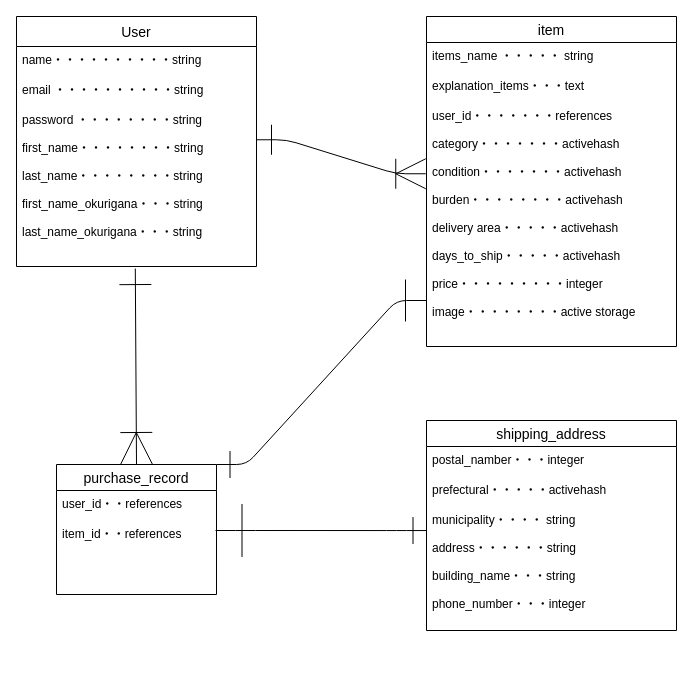
Before: app/furima.dio in masahiko1214/furima-34506, a draw.io diagram. Source tidied: cells renumbered, new cells numbered last; positions are measured from the earlier drawing's top-left corner, leaving out a move shared by most shapes. Both pictures are drawn from the tidied source at 100%, with x=0, y=0 at pixel (16, 16).
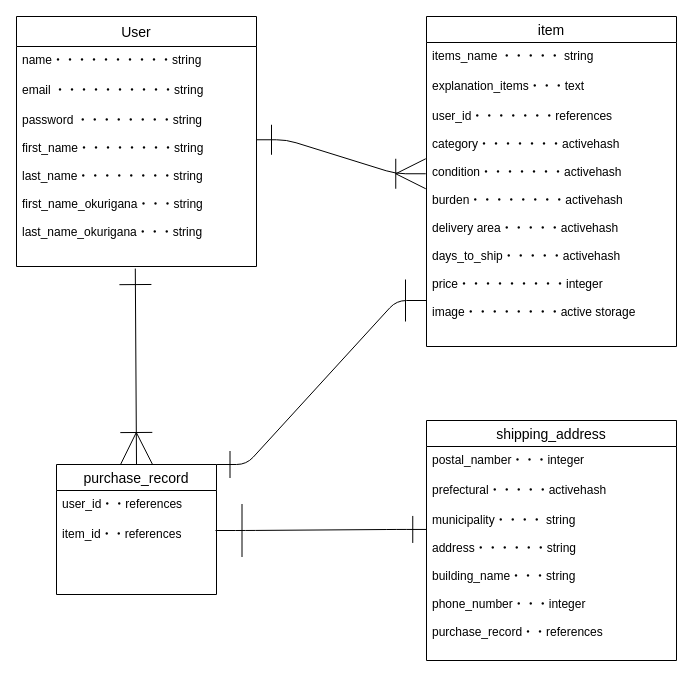
After the change.

Commit message (it also covers changes not shown here):
README 提出前修正

READMEの修正を行った

Diff of the diagram source:
```diff
@@
     <mxCell id="13" value="shipping_address" style="swimlane;fontStyle=0;horizontal=1;startSize=26;align=center;fontSize=14;" parent="1" vertex="1">
-      <mxGeometry x="410" y="404" width="250" height="210" as="geometry" />
+      <mxGeometry x="410" y="404" width="250" height="240" as="geometry" />
     </mxCell>
@@
-    <mxCell id="16" value="municipality・・・・ string&#10;&#10;address・・・・・・string&#10;&#10;building_name・・・string&#10;&#10;phone_number・・・integer" style="text;strokeColor=none;fillColor=none;spacingLeft=4;spacingRight=4;overflow=hidden;points=[[0,0.5],[1,0.5]];portConstraint=eastwest;fontSize=12;" parent="13" vertex="1">
-      <mxGeometry y="86" width="250" height="124" as="geometry" />
+    <mxCell id="16" value="municipality・・・・ string&#10;&#10;address・・・・・・string&#10;&#10;building_name・・・string&#10;&#10;phone_number・・・integer&#10;&#10;purchase_record・・references" style="text;strokeColor=none;fillColor=none;spacingLeft=4;spacingRight=4;overflow=hidden;points=[[0,0.5],[1,0.5]];portConstraint=eastwest;fontSize=12;" parent="13" vertex="1">
+      <mxGeometry y="86" width="250" height="154" as="geometry" />
     </mxCell>
@@
-    <mxCell id="20" style="edgeStyle=entityRelationEdgeStyle;fontSize=12;html=1;endArrow=ERone;endFill=1;entryX=0;entryY=0.194;entryDx=0;entryDy=0;entryPerimeter=0;endSize=25;startArrow=ERone;startFill=0;startSize=51;" parent="1" edge="1" target="16">
+    <mxCell id="20" style="edgeStyle=entityRelationEdgeStyle;fontSize=12;html=1;endArrow=ERone;endFill=1;entryX=-0.001;entryY=0.149;entryDx=0;entryDy=0;entryPerimeter=0;endSize=25;startArrow=ERone;startFill=0;startSize=51;" parent="1" edge="1" target="16">
       <mxGeometry relative="1" as="geometry">
         <mxPoint x="199" y="514" as="sourcePoint" />
       </mxGeometry>
     </mxCell>
```
